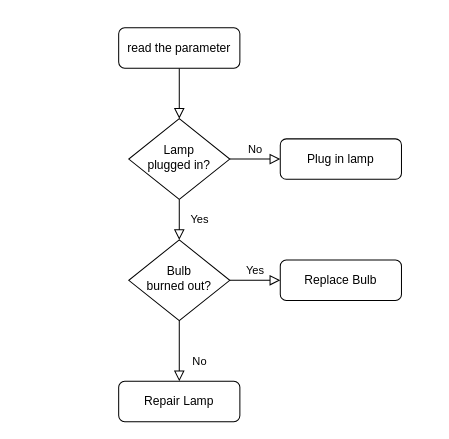
Above: 未命名绘图.drawio in lmmqxyx404/png_info (draw.io), before the change. Source tidied: cells renumbered, new cells numbered last; positions are measured from the earlier drawing's top-left corner, leaving out a move shared by most shapes. Both pictures are drawn from the tidied source at 101%, with x=0, y=0 at pixel (118, 27).
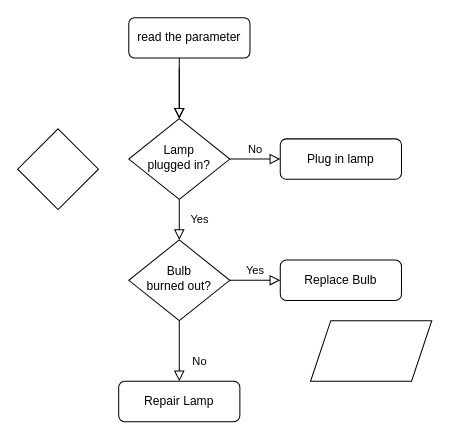
The same diagram, later.

Commit message:
更新未命名绘图.drawio

What changed in the source:
```diff
@@
 <mxGraphModel>
   <root>
     <mxCell id="0" />
     <mxCell id="1" parent="0" />
     <mxCell id="2" style="rounded=0;html=1;jettySize=auto;fontSize=11;endArrow=block;endFill=0;endSize=8;strokeWidth=1;shadow=0;labelBackgroundColor=none;edgeStyle=orthogonalEdgeStyle;" parent="1" edge="1" source="3" target="6">
-      <mxGeometry relative="1" as="geometry" />
+      <mxGeometry relative="1" as="geometry">
+        <Array as="points">
+          <mxPoint x="60" y="60" />
+          <mxPoint x="60" y="60" />
+        </Array>
+      </mxGeometry>
     </mxCell>
     <mxCell id="3" value="read the parameter" style="rounded=1;whiteSpace=wrap;html=1;fontSize=12;glass=0;strokeWidth=1;shadow=0;" parent="1" vertex="1">
-      <mxGeometry width="120" height="40" as="geometry" />
+      <mxGeometry x="10" y="-10" width="120" height="40" as="geometry" />
     </mxCell>
     <mxCell id="4" value="Yes" style="rounded=0;html=1;jettySize=auto;fontSize=11;endArrow=block;endFill=0;endSize=8;strokeWidth=1;shadow=0;labelBackgroundColor=none;edgeStyle=orthogonalEdgeStyle;" parent="1" edge="1" source="6" target="10">
       <mxGeometry y="20" relative="1" as="geometry" />
     </mxCell>
     <mxCell id="5" value="No" style="edgeStyle=orthogonalEdgeStyle;rounded=0;html=1;jettySize=auto;fontSize=11;endArrow=block;endFill=0;endSize=8;strokeWidth=1;shadow=0;labelBackgroundColor=none;" parent="1" edge="1" source="6" target="7">
       <mxGeometry y="10" relative="1" as="geometry" />
     </mxCell>
     <mxCell id="6" value="Lamp&lt;br&gt;plugged in?" style="rhombus;whiteSpace=wrap;html=1;shadow=0;fontFamily=Helvetica;fontSize=12;align=center;strokeWidth=1;spacing=6;spacingTop=-4;" parent="1" vertex="1">
       <mxGeometry x="10" y="90" width="100" height="80" as="geometry" />
     </mxCell>
     <mxCell id="7" value="Plug in lamp" style="rounded=1;whiteSpace=wrap;html=1;fontSize=12;glass=0;strokeWidth=1;shadow=0;" parent="1" vertex="1">
       <mxGeometry x="160" y="110" width="120" height="40" as="geometry" />
     </mxCell>
     <mxCell id="8" value="No" style="rounded=0;html=1;jettySize=auto;fontSize=11;endArrow=block;endFill=0;endSize=8;strokeWidth=1;shadow=0;labelBackgroundColor=none;edgeStyle=orthogonalEdgeStyle;" parent="1" edge="1" source="10" target="11">
       <mxGeometry x="0.33" y="20" relative="1" as="geometry" />
     </mxCell>
     <mxCell id="9" value="Yes" style="edgeStyle=orthogonalEdgeStyle;rounded=0;html=1;jettySize=auto;fontSize=11;endArrow=block;endFill=0;endSize=8;strokeWidth=1;shadow=0;labelBackgroundColor=none;" parent="1" edge="1" source="10" target="12">
       <mxGeometry y="10" relative="1" as="geometry" />
     </mxCell>
     <mxCell id="10" value="Bulb&lt;br&gt;burned out?" style="rhombus;whiteSpace=wrap;html=1;shadow=0;fontFamily=Helvetica;fontSize=12;align=center;strokeWidth=1;spacing=6;spacingTop=-4;" parent="1" vertex="1">
       <mxGeometry x="10" y="210" width="100" height="80" as="geometry" />
     </mxCell>
     <mxCell id="11" value="Repair Lamp" style="rounded=1;whiteSpace=wrap;html=1;fontSize=12;glass=0;strokeWidth=1;shadow=0;" parent="1" vertex="1">
       <mxGeometry y="350" width="120" height="40" as="geometry" />
     </mxCell>
     <mxCell id="12" value="Replace Bulb" style="rounded=1;whiteSpace=wrap;html=1;fontSize=12;glass=0;strokeWidth=1;shadow=0;" parent="1" vertex="1">
       <mxGeometry x="160" y="230" width="120" height="40" as="geometry" />
     </mxCell>
+    <mxCell id="13" style="shape=parallelogram;perimeter=parallelogramPerimeter;whiteSpace=wrap;html=1;fixedSize=1;" parent="1" vertex="1">
+      <mxGeometry x="190" y="290" width="120" height="60" as="geometry" />
+    </mxCell>
+    <mxCell id="14" style="rounded=0;html=1;jettySize=auto;orthogonalLoop=1;fontSize=11;endArrow=block;endFill=0;endSize=8;strokeWidth=1;shadow=0;labelBackgroundColor=none;edgeStyle=orthogonalEdgeStyle;" parent="1" edge="1">
+      <mxGeometry relative="1" as="geometry">
+        <mxPoint x="60" y="40" as="sourcePoint" />
+        <mxPoint x="60" y="90" as="targetPoint" />
+        <Array as="points">
+          <mxPoint x="60" y="60" />
+          <mxPoint x="60" y="60" />
+        </Array>
+      </mxGeometry>
+    </mxCell>
+    <mxCell id="15" style="rhombus;whiteSpace=wrap;html=1;" parent="1" vertex="1">
+      <mxGeometry x="-100" y="100" width="80" height="80" as="geometry" />
+    </mxCell>
   </root>
 </mxGraphModel>
```
